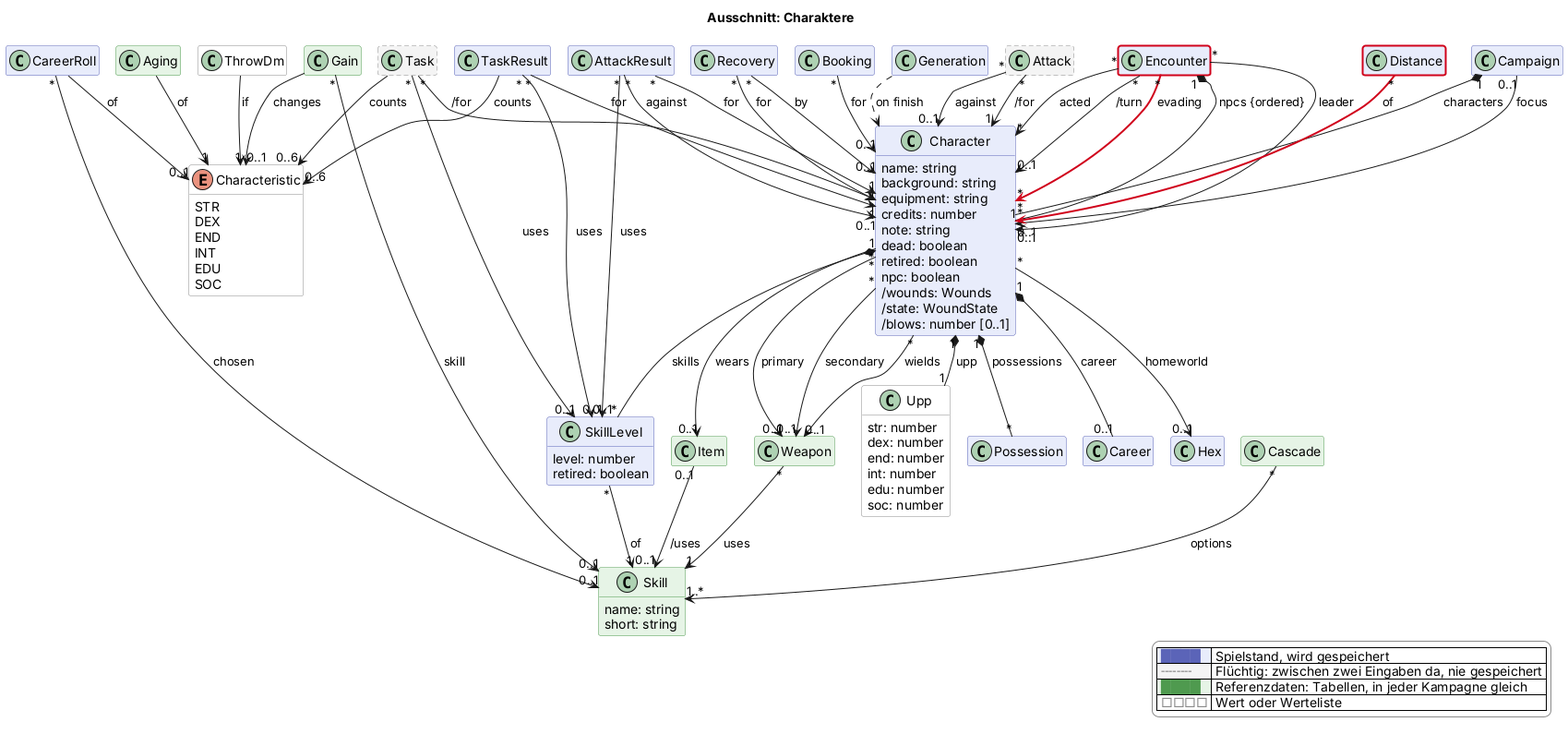
scuzzar/SRE keeps this PlantUML diagram as docs/views/charakter.png. Above is the earlier version.
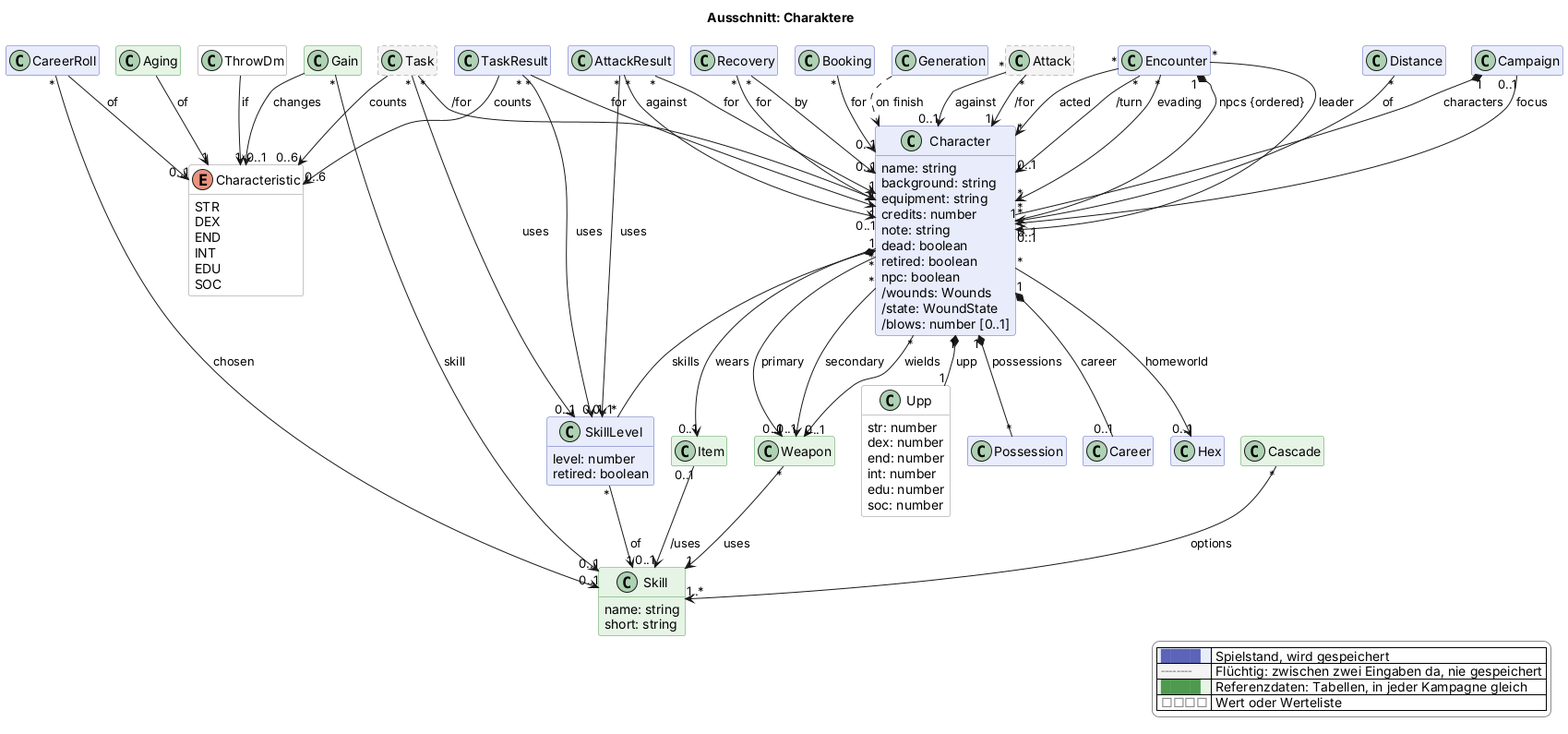
Later version of the same file.

The edit, as a diff of the source:
```diff
@@ -108,7 +108,7 @@
   class AttackResult $kampf
   class Recovery $kampf
   class Encounter $begegnung
-  class Distance $begegnung $newClass("2026-11-08d")
+  class Distance $begegnung
 
   class Skill <<reference>> $charakter {
     name: string
@@ -177,8 +177,8 @@
 Encounter "*" --> "0..1" Character : leader
 Encounter "*" --> "*" Character : acted
 Encounter "*" --> "0..1" Character : /turn
-Distance "*" -$newArrow("2026-11-08d")-> "1" Character : of
-Encounter "*" -$newArrow("2026-11-08d")-> "*" Character : evading
+Distance "*" --> "1" Character : of
+Encounter "*" --> "*" Character : evading
 Character "*" --> "0..1" Item : wears
 
 
@@ -189,5 +189,4 @@
   |<#e6f4e6> <color:#4f9a4f>████</color> | Referenzdaten: Tabellen, in jeder Kampagne gleich |
   |<#ffffff> <color:#8a8a8a>□□□□</color> | Wert oder Werteliste |
 endlegend
-class Encounter #line:d0021b;line.bold
 @enduml
```
